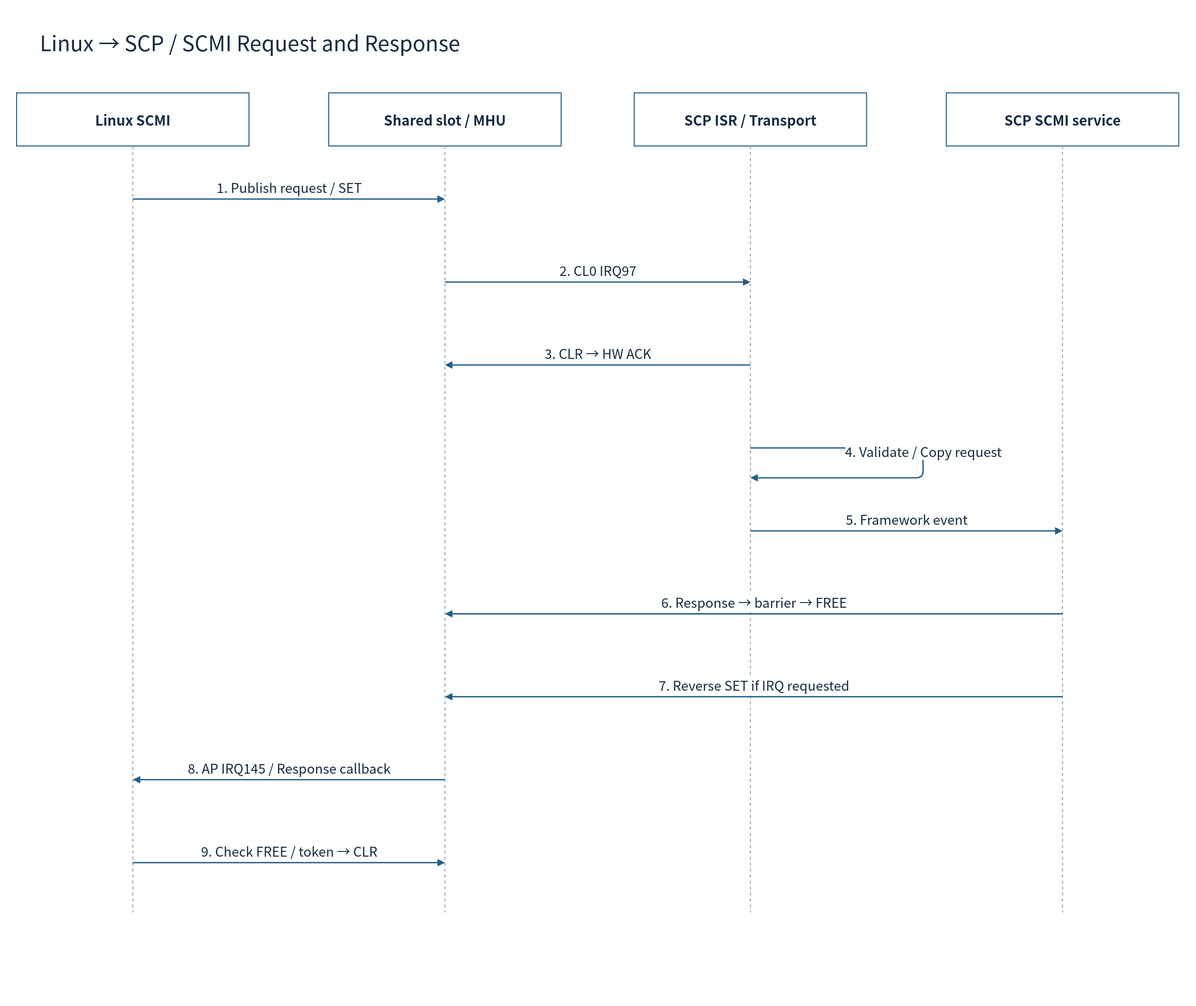
The draw.io diagram doc/phase1/mailbox/diagrams/11-scmi-sequence.drawio.svg in cometzero/project-apollo, before a commit. Source tidied: cells renumbered, new cells last; positions are measured from the earlier drawing's top-left corner, leaving out a move shared by most shapes. The source it was exported from:
```xml
<mxGraphModel background="#FFFFFF">
  <root>
    <mxCell id="0" />
    <mxCell id="1" parent="0" />
    <mxCell id="2" style="rounded=0;whiteSpace=wrap;html=1;fillColor=#FFFFFF;strokeColor=none;strokeWidth=1.5;fontColor=#172C43;fontFamily=Noto Sans CJK KR;fontSize=22;spacing=10;" parent="1" vertex="1">
      <mxGeometry width="1800" height="1515" as="geometry" />
    </mxCell>
    <mxCell id="3" value="Linux → SCP / SCMI Request and Response" style="rounded=0;whiteSpace=wrap;html=1;fillColor=#FFFFFF;strokeColor=none;strokeWidth=1.5;fontColor=#172C43;fontFamily=Noto Sans CJK KR;fontSize=22;spacing=10;fontSize=32;align=left;" parent="1" vertex="1">
      <mxGeometry x="50" y="30" width="1700" height="65" as="geometry" />
    </mxCell>
    <mxCell id="4" value="Linux SCMI" style="rounded=0;whiteSpace=wrap;html=1;fillColor=#FFFFFF;strokeColor=#235D86;strokeWidth=1.5;fontColor=#172C43;fontFamily=Noto Sans CJK KR;fontSize=22;spacing=10;fontStyle=1;fontSize=21;" parent="1" vertex="1">
      <mxGeometry x="25" y="140" width="350" height="80" as="geometry" />
    </mxCell>
    <mxCell id="5" style="endArrow=none;dashed=1;strokeColor=#94A3B8;strokeWidth=1.5;" parent="1" edge="1">
      <mxGeometry relative="1" as="geometry">
        <mxPoint x="200" y="220" as="sourcePoint" />
        <mxPoint x="200" y="1375" as="targetPoint" />
      </mxGeometry>
    </mxCell>
    <mxCell id="6" value="Shared slot / MHU" style="rounded=0;whiteSpace=wrap;html=1;fillColor=#FFFFFF;strokeColor=#235D86;strokeWidth=1.5;fontColor=#172C43;fontFamily=Noto Sans CJK KR;fontSize=22;spacing=10;fontStyle=1;fontSize=21;" parent="1" vertex="1">
      <mxGeometry x="495" y="140" width="350" height="80" as="geometry" />
    </mxCell>
    <mxCell id="7" style="endArrow=none;dashed=1;strokeColor=#94A3B8;strokeWidth=1.5;" parent="1" edge="1">
      <mxGeometry relative="1" as="geometry">
        <mxPoint x="670" y="220" as="sourcePoint" />
        <mxPoint x="670" y="1375" as="targetPoint" />
      </mxGeometry>
    </mxCell>
    <mxCell id="8" value="SCP ISR / Transport" style="rounded=0;whiteSpace=wrap;html=1;fillColor=#FFFFFF;strokeColor=#235D86;strokeWidth=1.5;fontColor=#172C43;fontFamily=Noto Sans CJK KR;fontSize=22;spacing=10;fontStyle=1;fontSize=21;" parent="1" vertex="1">
      <mxGeometry x="955" y="140" width="350" height="80" as="geometry" />
    </mxCell>
    <mxCell id="9" style="endArrow=none;dashed=1;strokeColor=#94A3B8;strokeWidth=1.5;" parent="1" edge="1">
      <mxGeometry relative="1" as="geometry">
        <mxPoint x="1130" y="220" as="sourcePoint" />
        <mxPoint x="1130" y="1375" as="targetPoint" />
      </mxGeometry>
    </mxCell>
    <mxCell id="10" value="SCP SCMI service" style="rounded=0;whiteSpace=wrap;html=1;fillColor=#FFFFFF;strokeColor=#235D86;strokeWidth=1.5;fontColor=#172C43;fontFamily=Noto Sans CJK KR;fontSize=22;spacing=10;fontStyle=1;fontSize=21;" parent="1" vertex="1">
      <mxGeometry x="1425" y="140" width="350" height="80" as="geometry" />
    </mxCell>
    <mxCell id="11" style="endArrow=none;dashed=1;strokeColor=#94A3B8;strokeWidth=1.5;" parent="1" edge="1">
      <mxGeometry relative="1" as="geometry">
        <mxPoint x="1600" y="220" as="sourcePoint" />
        <mxPoint x="1600" y="1375" as="targetPoint" />
      </mxGeometry>
    </mxCell>
    <mxCell id="12" value="1. Publish request / SET" style="edgeStyle=none;html=1;endArrow=block;endFill=1;strokeColor=#235D86;strokeWidth=2;fontColor=#172C43;fontFamily=Noto Sans CJK KR;fontSize=20;labelBackgroundColor=#FFFFFF;" parent="1" edge="1">
      <mxGeometry relative="1" as="geometry">
        <mxPoint x="200" y="300" as="sourcePoint" />
        <mxPoint x="670" y="300" as="targetPoint" />
        <mxPoint y="-18" as="offset" />
      </mxGeometry>
    </mxCell>
    <mxCell id="13" value="2. CL0 IRQ97" style="edgeStyle=none;html=1;endArrow=block;endFill=1;strokeColor=#235D86;strokeWidth=2;fontColor=#172C43;fontFamily=Noto Sans CJK KR;fontSize=20;labelBackgroundColor=#FFFFFF;" parent="1" edge="1">
      <mxGeometry relative="1" as="geometry">
        <mxPoint x="670" y="425" as="sourcePoint" />
        <mxPoint x="1130" y="425" as="targetPoint" />
        <mxPoint y="-18" as="offset" />
      </mxGeometry>
    </mxCell>
    <mxCell id="14" value="3. CLR → HW ACK" style="edgeStyle=none;html=1;endArrow=block;endFill=1;strokeColor=#235D86;strokeWidth=2;fontColor=#172C43;fontFamily=Noto Sans CJK KR;fontSize=20;labelBackgroundColor=#FFFFFF;" parent="1" edge="1">
      <mxGeometry relative="1" as="geometry">
        <mxPoint x="1130" y="550" as="sourcePoint" />
        <mxPoint x="670" y="550" as="targetPoint" />
        <mxPoint y="-18" as="offset" />
      </mxGeometry>
    </mxCell>
    <mxCell id="15" value="4. Validate / Copy request" style="edgeStyle=none;html=1;endArrow=block;endFill=1;strokeColor=#235D86;strokeWidth=2;fontColor=#172C43;fontFamily=Noto Sans CJK KR;fontSize=20;labelBackgroundColor=#FFFFFF;" parent="1" edge="1">
      <mxGeometry relative="1" as="geometry">
        <mxPoint x="1130" y="675" as="sourcePoint" />
        <mxPoint x="1130" y="720" as="targetPoint" />
        <Array as="points">
          <mxPoint x="1390" y="675" />
          <mxPoint x="1390" y="720" />
        </Array>
        <mxPoint y="-18" as="offset" />
      </mxGeometry>
    </mxCell>
    <mxCell id="16" value="5. Framework event" style="edgeStyle=none;html=1;endArrow=block;endFill=1;strokeColor=#235D86;strokeWidth=2;fontColor=#172C43;fontFamily=Noto Sans CJK KR;fontSize=20;labelBackgroundColor=#FFFFFF;" parent="1" edge="1">
      <mxGeometry relative="1" as="geometry">
        <mxPoint x="1130" y="800" as="sourcePoint" />
        <mxPoint x="1600" y="800" as="targetPoint" />
        <mxPoint y="-18" as="offset" />
      </mxGeometry>
    </mxCell>
    <mxCell id="17" value="6. Response → barrier → FREE" style="edgeStyle=none;html=1;endArrow=block;endFill=1;strokeColor=#235D86;strokeWidth=2;fontColor=#172C43;fontFamily=Noto Sans CJK KR;fontSize=20;labelBackgroundColor=#FFFFFF;" parent="1" edge="1">
      <mxGeometry relative="1" as="geometry">
        <mxPoint x="1600" y="925" as="sourcePoint" />
        <mxPoint x="670" y="925" as="targetPoint" />
        <mxPoint y="-18" as="offset" />
      </mxGeometry>
    </mxCell>
    <mxCell id="18" value="7. Reverse SET if IRQ requested" style="edgeStyle=none;html=1;endArrow=block;endFill=1;strokeColor=#235D86;strokeWidth=2;fontColor=#172C43;fontFamily=Noto Sans CJK KR;fontSize=20;labelBackgroundColor=#FFFFFF;" parent="1" edge="1">
      <mxGeometry relative="1" as="geometry">
        <mxPoint x="1600" y="1050" as="sourcePoint" />
        <mxPoint x="670" y="1050" as="targetPoint" />
        <mxPoint y="-18" as="offset" />
      </mxGeometry>
    </mxCell>
    <mxCell id="19" value="8. AP IRQ145 / Response callback" style="edgeStyle=none;html=1;endArrow=block;endFill=1;strokeColor=#235D86;strokeWidth=2;fontColor=#172C43;fontFamily=Noto Sans CJK KR;fontSize=20;labelBackgroundColor=#FFFFFF;" parent="1" edge="1">
      <mxGeometry relative="1" as="geometry">
        <mxPoint x="670" y="1175" as="sourcePoint" />
        <mxPoint x="200" y="1175" as="targetPoint" />
        <mxPoint y="-18" as="offset" />
      </mxGeometry>
    </mxCell>
    <mxCell id="20" value="9. Check FREE / token → CLR" style="edgeStyle=none;html=1;endArrow=block;endFill=1;strokeColor=#235D86;strokeWidth=2;fontColor=#172C43;fontFamily=Noto Sans CJK KR;fontSize=20;labelBackgroundColor=#FFFFFF;" parent="1" edge="1">
      <mxGeometry relative="1" as="geometry">
        <mxPoint x="200" y="1300" as="sourcePoint" />
        <mxPoint x="670" y="1300" as="targetPoint" />
        <mxPoint y="-18" as="offset" />
      </mxGeometry>
    </mxCell>
  </root>
</mxGraphModel>
```
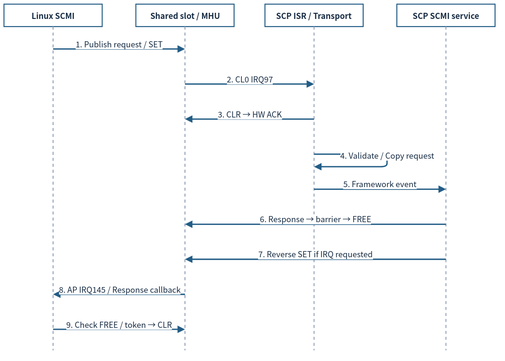
Above is the later version.

The edit, as a diff of the source:
```diff
@@ -2,113 +2,107 @@
   <root>
     <mxCell id="0" />
     <mxCell id="1" parent="0" />
-    <mxCell id="2" style="rounded=0;whiteSpace=wrap;html=1;fillColor=#FFFFFF;strokeColor=none;strokeWidth=1.5;fontColor=#172C43;fontFamily=Noto Sans CJK KR;fontSize=22;spacing=10;" parent="1" vertex="1">
-      <mxGeometry width="1800" height="1515" as="geometry" />
-    </mxCell>
-    <mxCell id="3" value="Linux → SCP / SCMI Request and Response" style="rounded=0;whiteSpace=wrap;html=1;fillColor=#FFFFFF;strokeColor=none;strokeWidth=1.5;fontColor=#172C43;fontFamily=Noto Sans CJK KR;fontSize=22;spacing=10;fontSize=32;align=left;" parent="1" vertex="1">
-      <mxGeometry x="50" y="30" width="1700" height="65" as="geometry" />
-    </mxCell>
-    <mxCell id="4" value="Linux SCMI" style="rounded=0;whiteSpace=wrap;html=1;fillColor=#FFFFFF;strokeColor=#235D86;strokeWidth=1.5;fontColor=#172C43;fontFamily=Noto Sans CJK KR;fontSize=22;spacing=10;fontStyle=1;fontSize=21;" parent="1" vertex="1">
-      <mxGeometry x="25" y="140" width="350" height="80" as="geometry" />
+    <mxCell id="4" value="Linux SCMI" style="rounded=0;whiteSpace=wrap;html=1;fillColor=#FFFFFF;strokeColor=#235D86;strokeWidth=1.5;fontColor=#172C43;fontFamily=Noto Sans CJK KR;fontStyle=1;fontSize=12;spacing=3;whiteSpace=wrap;" parent="1" vertex="1">
+      <mxGeometry x="12" y="12" width="148" height="33.8" as="geometry" />
     </mxCell>
-    <mxCell id="5" style="endArrow=none;dashed=1;strokeColor=#94A3B8;strokeWidth=1.5;" parent="1" edge="1">
+    <mxCell id="5" style="endArrow=none;dashed=1;strokeColor=#94A3B8;strokeWidth=1.5;fontSize=12;spacing=3;whiteSpace=nowrap;" parent="1" edge="1">
       <mxGeometry relative="1" as="geometry">
-        <mxPoint x="200" y="220" as="sourcePoint" />
-        <mxPoint x="200" y="1375" as="targetPoint" />
+        <mxPoint x="86" y="45.8" as="sourcePoint" />
+        <mxPoint x="86" y="534.2" as="targetPoint" />
       </mxGeometry>
     </mxCell>
-    <mxCell id="6" value="Shared slot / MHU" style="rounded=0;whiteSpace=wrap;html=1;fillColor=#FFFFFF;strokeColor=#235D86;strokeWidth=1.5;fontColor=#172C43;fontFamily=Noto Sans CJK KR;fontSize=22;spacing=10;fontStyle=1;fontSize=21;" parent="1" vertex="1">
-      <mxGeometry x="495" y="140" width="350" height="80" as="geometry" />
+    <mxCell id="6" value="Shared slot / MHU" style="rounded=0;whiteSpace=wrap;html=1;fillColor=#FFFFFF;strokeColor=#235D86;strokeWidth=1.5;fontColor=#172C43;fontFamily=Noto Sans CJK KR;fontStyle=1;fontSize=12;spacing=3;whiteSpace=wrap;" parent="1" vertex="1">
+      <mxGeometry x="210.7" y="12" width="148" height="33.8" as="geometry" />
     </mxCell>
-    <mxCell id="7" style="endArrow=none;dashed=1;strokeColor=#94A3B8;strokeWidth=1.5;" parent="1" edge="1">
+    <mxCell id="7" style="endArrow=none;dashed=1;strokeColor=#94A3B8;strokeWidth=1.5;fontSize=12;spacing=3;whiteSpace=nowrap;" parent="1" edge="1">
       <mxGeometry relative="1" as="geometry">
-        <mxPoint x="670" y="220" as="sourcePoint" />
-        <mxPoint x="670" y="1375" as="targetPoint" />
+        <mxPoint x="284.7" y="45.8" as="sourcePoint" />
+        <mxPoint x="284.7" y="534.2" as="targetPoint" />
       </mxGeometry>
     </mxCell>
-    <mxCell id="8" value="SCP ISR / Transport" style="rounded=0;whiteSpace=wrap;html=1;fillColor=#FFFFFF;strokeColor=#235D86;strokeWidth=1.5;fontColor=#172C43;fontFamily=Noto Sans CJK KR;fontSize=22;spacing=10;fontStyle=1;fontSize=21;" parent="1" vertex="1">
-      <mxGeometry x="955" y="140" width="350" height="80" as="geometry" />
+    <mxCell id="8" value="SCP ISR / Transport" style="rounded=0;whiteSpace=wrap;html=1;fillColor=#FFFFFF;strokeColor=#235D86;strokeWidth=1.5;fontColor=#172C43;fontFamily=Noto Sans CJK KR;fontStyle=1;fontSize=12;spacing=3;whiteSpace=wrap;" parent="1" vertex="1">
+      <mxGeometry x="405.3" y="12" width="148" height="33.8" as="geometry" />
     </mxCell>
-    <mxCell id="9" style="endArrow=none;dashed=1;strokeColor=#94A3B8;strokeWidth=1.5;" parent="1" edge="1">
+    <mxCell id="9" style="endArrow=none;dashed=1;strokeColor=#94A3B8;strokeWidth=1.5;fontSize=12;spacing=3;whiteSpace=nowrap;" parent="1" edge="1">
       <mxGeometry relative="1" as="geometry">
-        <mxPoint x="1130" y="220" as="sourcePoint" />
-        <mxPoint x="1130" y="1375" as="targetPoint" />
+        <mxPoint x="479.3" y="45.8" as="sourcePoint" />
+        <mxPoint x="479.3" y="534.2" as="targetPoint" />
       </mxGeometry>
     </mxCell>
-    <mxCell id="10" value="SCP SCMI service" style="rounded=0;whiteSpace=wrap;html=1;fillColor=#FFFFFF;strokeColor=#235D86;strokeWidth=1.5;fontColor=#172C43;fontFamily=Noto Sans CJK KR;fontSize=22;spacing=10;fontStyle=1;fontSize=21;" parent="1" vertex="1">
-      <mxGeometry x="1425" y="140" width="350" height="80" as="geometry" />
+    <mxCell id="10" value="SCP SCMI service" style="rounded=0;whiteSpace=wrap;html=1;fillColor=#FFFFFF;strokeColor=#235D86;strokeWidth=1.5;fontColor=#172C43;fontFamily=Noto Sans CJK KR;fontStyle=1;fontSize=12;spacing=3;whiteSpace=wrap;" parent="1" vertex="1">
+      <mxGeometry x="604" y="12" width="148" height="33.8" as="geometry" />
     </mxCell>
-    <mxCell id="11" style="endArrow=none;dashed=1;strokeColor=#94A3B8;strokeWidth=1.5;" parent="1" edge="1">
+    <mxCell id="11" style="endArrow=none;dashed=1;strokeColor=#94A3B8;strokeWidth=1.5;fontSize=12;spacing=3;whiteSpace=nowrap;" parent="1" edge="1">
       <mxGeometry relative="1" as="geometry">
-        <mxPoint x="1600" y="220" as="sourcePoint" />
-        <mxPoint x="1600" y="1375" as="targetPoint" />
+        <mxPoint x="678" y="45.8" as="sourcePoint" />
+        <mxPoint x="678" y="534.2" as="targetPoint" />
       </mxGeometry>
     </mxCell>
-    <mxCell id="12" value="1. Publish request / SET" style="edgeStyle=none;html=1;endArrow=block;endFill=1;strokeColor=#235D86;strokeWidth=2;fontColor=#172C43;fontFamily=Noto Sans CJK KR;fontSize=20;labelBackgroundColor=#FFFFFF;" parent="1" edge="1">
+    <mxCell id="12" value="1. Publish request / SET" style="edgeStyle=none;html=1;endArrow=block;endFill=1;strokeColor=#235D86;strokeWidth=2;fontColor=#172C43;fontFamily=Noto Sans CJK KR;labelBackgroundColor=#FFFFFF;fontSize=12;spacing=3;whiteSpace=nowrap;" parent="1" edge="1">
       <mxGeometry relative="1" as="geometry">
-        <mxPoint x="200" y="300" as="sourcePoint" />
-        <mxPoint x="670" y="300" as="targetPoint" />
-        <mxPoint y="-18" as="offset" />
+        <mxPoint x="86" y="79.7" as="sourcePoint" />
+        <mxPoint x="284.7" y="79.7" as="targetPoint" />
+        <mxPoint y="-7.6" as="offset" />
       </mxGeometry>
     </mxCell>
-    <mxCell id="13" value="2. CL0 IRQ97" style="edgeStyle=none;html=1;endArrow=block;endFill=1;strokeColor=#235D86;strokeWidth=2;fontColor=#172C43;fontFamily=Noto Sans CJK KR;fontSize=20;labelBackgroundColor=#FFFFFF;" parent="1" edge="1">
+    <mxCell id="13" value="2. CL0 IRQ97" style="edgeStyle=none;html=1;endArrow=block;endFill=1;strokeColor=#235D86;strokeWidth=2;fontColor=#172C43;fontFamily=Noto Sans CJK KR;labelBackgroundColor=#FFFFFF;fontSize=12;spacing=3;whiteSpace=nowrap;" parent="1" edge="1">
       <mxGeometry relative="1" as="geometry">
-        <mxPoint x="670" y="425" as="sourcePoint" />
-        <mxPoint x="1130" y="425" as="targetPoint" />
-        <mxPoint y="-18" as="offset" />
+        <mxPoint x="284.7" y="132.5" as="sourcePoint" />
+        <mxPoint x="479.3" y="132.5" as="targetPoint" />
+        <mxPoint y="-7.6" as="offset" />
       </mxGeometry>
     </mxCell>
-    <mxCell id="14" value="3. CLR → HW ACK" style="edgeStyle=none;html=1;endArrow=block;endFill=1;strokeColor=#235D86;strokeWidth=2;fontColor=#172C43;fontFamily=Noto Sans CJK KR;fontSize=20;labelBackgroundColor=#FFFFFF;" parent="1" edge="1">
+    <mxCell id="14" value="3. CLR → HW ACK" style="edgeStyle=none;html=1;endArrow=block;endFill=1;strokeColor=#235D86;strokeWidth=2;fontColor=#172C43;fontFamily=Noto Sans CJK KR;labelBackgroundColor=#FFFFFF;fontSize=12;spacing=3;whiteSpace=nowrap;" parent="1" edge="1">
       <mxGeometry relative="1" as="geometry">
-        <mxPoint x="1130" y="550" as="sourcePoint" />
-        <mxPoint x="670" y="550" as="targetPoint" />
-        <mxPoint y="-18" as="offset" />
+        <mxPoint x="479.3" y="185.4" as="sourcePoint" />
+        <mxPoint x="284.7" y="185.4" as="targetPoint" />
+        <mxPoint y="-7.6" as="offset" />
       </mxGeometry>
     </mxCell>
-    <mxCell id="15" value="4. Validate / Copy request" style="edgeStyle=none;html=1;endArrow=block;endFill=1;strokeColor=#235D86;strokeWidth=2;fontColor=#172C43;fontFamily=Noto Sans CJK KR;fontSize=20;labelBackgroundColor=#FFFFFF;" parent="1" edge="1">
+    <mxCell id="15" value="4. Validate / Copy request" style="edgeStyle=none;html=1;endArrow=block;endFill=1;strokeColor=#235D86;strokeWidth=2;fontColor=#172C43;fontFamily=Noto Sans CJK KR;labelBackgroundColor=#FFFFFF;fontSize=12;spacing=3;whiteSpace=nowrap;" parent="1" edge="1">
       <mxGeometry relative="1" as="geometry">
-        <mxPoint x="1130" y="675" as="sourcePoint" />
-        <mxPoint x="1130" y="720" as="targetPoint" />
+        <mxPoint x="479.3" y="238.2" as="sourcePoint" />
+        <mxPoint x="479.3" y="257.3" as="targetPoint" />
         <Array as="points">
-          <mxPoint x="1390" y="675" />
-          <mxPoint x="1390" y="720" />
+          <mxPoint x="589.2" y="238.2" />
+          <mxPoint x="589.2" y="257.3" />
         </Array>
-        <mxPoint y="-18" as="offset" />
+        <mxPoint y="-7.6" as="offset" />
       </mxGeometry>
     </mxCell>
-    <mxCell id="16" value="5. Framework event" style="edgeStyle=none;html=1;endArrow=block;endFill=1;strokeColor=#235D86;strokeWidth=2;fontColor=#172C43;fontFamily=Noto Sans CJK KR;fontSize=20;labelBackgroundColor=#FFFFFF;" parent="1" edge="1">
+    <mxCell id="16" value="5. Framework event" style="edgeStyle=none;html=1;endArrow=block;endFill=1;strokeColor=#235D86;strokeWidth=2;fontColor=#172C43;fontFamily=Noto Sans CJK KR;labelBackgroundColor=#FFFFFF;fontSize=12;spacing=3;whiteSpace=nowrap;" parent="1" edge="1">
       <mxGeometry relative="1" as="geometry">
-        <mxPoint x="1130" y="800" as="sourcePoint" />
-        <mxPoint x="1600" y="800" as="targetPoint" />
-        <mxPoint y="-18" as="offset" />
+        <mxPoint x="479.3" y="291.1" as="sourcePoint" />
+        <mxPoint x="678" y="291.1" as="targetPoint" />
+        <mxPoint y="-7.6" as="offset" />
       </mxGeometry>
     </mxCell>
-    <mxCell id="17" value="6. Response → barrier → FREE" style="edgeStyle=none;html=1;endArrow=block;endFill=1;strokeColor=#235D86;strokeWidth=2;fontColor=#172C43;fontFamily=Noto Sans CJK KR;fontSize=20;labelBackgroundColor=#FFFFFF;" parent="1" edge="1">
+    <mxCell id="17" value="6. Response → barrier → FREE" style="edgeStyle=none;html=1;endArrow=block;endFill=1;strokeColor=#235D86;strokeWidth=2;fontColor=#172C43;fontFamily=Noto Sans CJK KR;labelBackgroundColor=#FFFFFF;fontSize=12;spacing=3;whiteSpace=nowrap;" parent="1" edge="1">
       <mxGeometry relative="1" as="geometry">
-        <mxPoint x="1600" y="925" as="sourcePoint" />
-        <mxPoint x="670" y="925" as="targetPoint" />
-        <mxPoint y="-18" as="offset" />
+        <mxPoint x="678" y="343.9" as="sourcePoint" />
+        <mxPoint x="284.7" y="343.9" as="targetPoint" />
+        <mxPoint y="-7.6" as="offset" />
       </mxGeometry>
     </mxCell>
-    <mxCell id="18" value="7. Reverse SET if IRQ requested" style="edgeStyle=none;html=1;endArrow=block;endFill=1;strokeColor=#235D86;strokeWidth=2;fontColor=#172C43;fontFamily=Noto Sans CJK KR;fontSize=20;labelBackgroundColor=#FFFFFF;" parent="1" edge="1">
+    <mxCell id="18" value="7. Reverse SET if IRQ requested" style="edgeStyle=none;html=1;endArrow=block;endFill=1;strokeColor=#235D86;strokeWidth=2;fontColor=#172C43;fontFamily=Noto Sans CJK KR;labelBackgroundColor=#FFFFFF;fontSize=12;spacing=3;whiteSpace=nowrap;" parent="1" edge="1">
       <mxGeometry relative="1" as="geometry">
-        <mxPoint x="1600" y="1050" as="sourcePoint" />
-        <mxPoint x="670" y="1050" as="targetPoint" />
-        <mxPoint y="-18" as="offset" />
+        <mxPoint x="678" y="396.8" as="sourcePoint" />
+        <mxPoint x="284.7" y="396.8" as="targetPoint" />
+        <mxPoint y="-7.6" as="offset" />
       </mxGeometry>
     </mxCell>
-    <mxCell id="19" value="8. AP IRQ145 / Response callback" style="edgeStyle=none;html=1;endArrow=block;endFill=1;strokeColor=#235D86;strokeWidth=2;fontColor=#172C43;fontFamily=Noto Sans CJK KR;fontSize=20;labelBackgroundColor=#FFFFFF;" parent="1" edge="1">
+    <mxCell id="19" value="8. AP IRQ145 / Response callback" style="edgeStyle=none;html=1;endArrow=block;endFill=1;strokeColor=#235D86;strokeWidth=2;fontColor=#172C43;fontFamily=Noto Sans CJK KR;labelBackgroundColor=#FFFFFF;fontSize=12;spacing=3;whiteSpace=nowrap;" parent="1" edge="1">
       <mxGeometry relative="1" as="geometry">
-        <mxPoint x="670" y="1175" as="sourcePoint" />
-        <mxPoint x="200" y="1175" as="targetPoint" />
-        <mxPoint y="-18" as="offset" />
+        <mxPoint x="284.7" y="449.7" as="sourcePoint" />
+        <mxPoint x="86" y="449.7" as="targetPoint" />
+        <mxPoint y="-7.6" as="offset" />
       </mxGeometry>
     </mxCell>
-    <mxCell id="20" value="9. Check FREE / token → CLR" style="edgeStyle=none;html=1;endArrow=block;endFill=1;strokeColor=#235D86;strokeWidth=2;fontColor=#172C43;fontFamily=Noto Sans CJK KR;fontSize=20;labelBackgroundColor=#FFFFFF;" parent="1" edge="1">
+    <mxCell id="20" value="9. Check FREE / token → CLR" style="edgeStyle=none;html=1;endArrow=block;endFill=1;strokeColor=#235D86;strokeWidth=2;fontColor=#172C43;fontFamily=Noto Sans CJK KR;labelBackgroundColor=#FFFFFF;fontSize=12;spacing=3;whiteSpace=nowrap;" parent="1" edge="1">
       <mxGeometry relative="1" as="geometry">
-        <mxPoint x="200" y="1300" as="sourcePoint" />
-        <mxPoint x="670" y="1300" as="targetPoint" />
-        <mxPoint y="-18" as="offset" />
+        <mxPoint x="86" y="502.5" as="sourcePoint" />
+        <mxPoint x="284.7" y="502.5" as="targetPoint" />
+        <mxPoint y="-7.6" as="offset" />
       </mxGeometry>
     </mxCell>
   </root>
```
